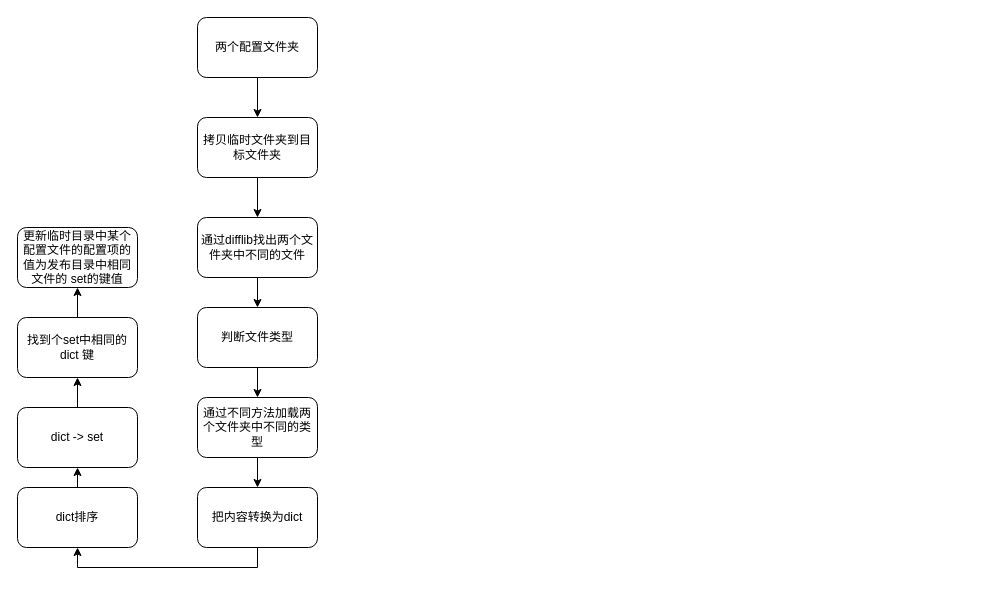
Earlier version of the draw.io diagram compare config.drawio (Chenguoqing2008/drawio). Source tidied: cells renumbered, new cells numbered last; positions are measured from the earlier drawing's top-left corner, leaving out a move shared by most shapes. Both pictures are drawn from the tidied source at 100%, with x=0, y=0 at pixel (17, 17).
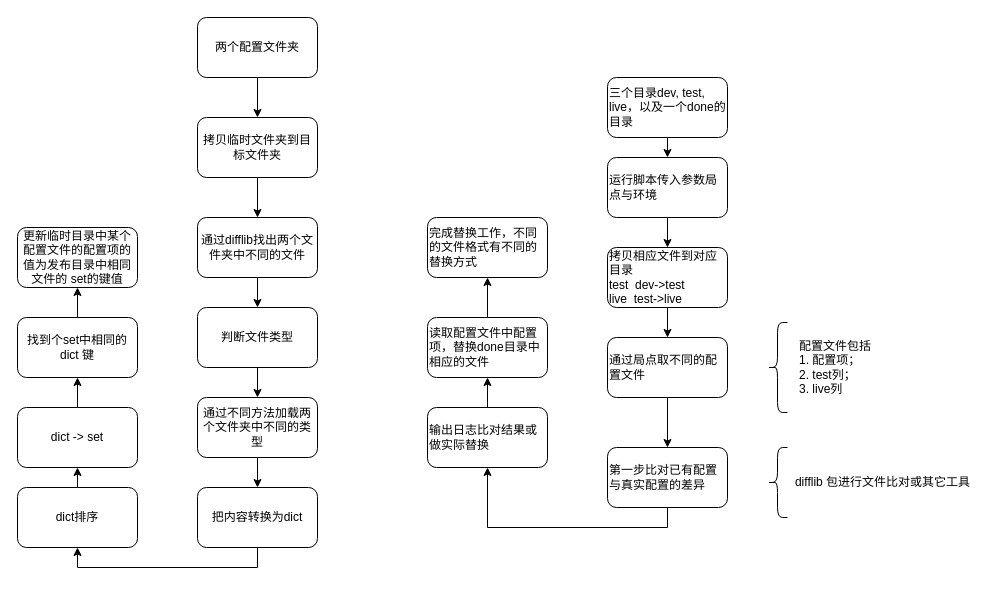
The same diagram, later.

Change to the diagram source:
```diff
@@
+    <mxCell id="21" style="edgeStyle=orthogonalEdgeStyle;rounded=0;jettySize=auto;html=1;exitX=0.5;exitY=1;exitDx=0;exitDy=0;entryX=0.5;entryY=0;entryDx=0;entryDy=0;" parent="1" edge="1" source="22" target="24">
+      <mxGeometry relative="1" as="geometry" />
+    </mxCell>
+    <mxCell id="22" value="三个目录dev, test, live，以及一个done的目录" style="rounded=1;whiteSpace=wrap;html=1;align=left;" parent="1" vertex="1">
+      <mxGeometry x="590" y="60" width="120" height="60" as="geometry" />
+    </mxCell>
+    <mxCell id="23" style="edgeStyle=orthogonalEdgeStyle;rounded=0;jettySize=auto;html=1;exitX=0.5;exitY=1;exitDx=0;exitDy=0;entryX=0.5;entryY=0;entryDx=0;entryDy=0;" parent="1" edge="1" source="24" target="26">
+      <mxGeometry relative="1" as="geometry" />
+    </mxCell>
+    <mxCell id="24" value="运行脚本传入参数局点与环境" style="rounded=1;whiteSpace=wrap;html=1;align=left;" parent="1" vertex="1">
+      <mxGeometry x="590" y="140" width="120" height="60" as="geometry" />
+    </mxCell>
+    <mxCell id="25" style="edgeStyle=orthogonalEdgeStyle;rounded=0;jettySize=auto;html=1;exitX=0.5;exitY=1;exitDx=0;exitDy=0;entryX=0.5;entryY=0;entryDx=0;entryDy=0;" parent="1" edge="1" source="26" target="28">
+      <mxGeometry relative="1" as="geometry" />
+    </mxCell>
+    <mxCell id="26" value="拷贝相应文件到对应目录&lt;br&gt;test&amp;nbsp; dev-&amp;gt;test&lt;br&gt;live&amp;nbsp; test-&amp;gt;live&lt;br&gt;" style="rounded=1;whiteSpace=wrap;html=1;align=left;" parent="1" vertex="1">
+      <mxGeometry x="590" y="230" width="120" height="60" as="geometry" />
+    </mxCell>
+    <mxCell id="27" style="edgeStyle=orthogonalEdgeStyle;rounded=0;jettySize=auto;html=1;exitX=0.5;exitY=1;exitDx=0;exitDy=0;entryX=0.5;entryY=0;entryDx=0;entryDy=0;" parent="1" edge="1" source="28" target="32">
+      <mxGeometry relative="1" as="geometry" />
+    </mxCell>
+    <mxCell id="28" value="通过局点取不同的配置文件" style="rounded=1;whiteSpace=wrap;html=1;align=left;" parent="1" vertex="1">
+      <mxGeometry x="590" y="320" width="120" height="60" as="geometry" />
+    </mxCell>
+    <mxCell id="29" style="shape=curlyBracket;whiteSpace=wrap;html=1;rounded=1;" parent="1" vertex="1">
+      <mxGeometry x="750" y="305" width="20" height="90" as="geometry" />
+    </mxCell>
+    <mxCell id="30" value="配置文件包括&lt;br&gt;1.&amp;nbsp;配置项；&lt;br&gt;2. test列；&lt;br&gt;3. live列" style="text;html=1;align=left;verticalAlign=middle;" parent="1" vertex="1">
+      <mxGeometry x="780" y="320" width="90" height="60" as="geometry" />
+    </mxCell>
+    <mxCell id="31" style="edgeStyle=orthogonalEdgeStyle;rounded=0;jettySize=auto;html=1;exitX=0.5;exitY=1;exitDx=0;exitDy=0;entryX=0.5;entryY=1;entryDx=0;entryDy=0;" parent="1" edge="1" source="32" target="34">
+      <mxGeometry relative="1" as="geometry" />
+    </mxCell>
+    <mxCell id="32" value="第一步比对已有配置与真实配置的差异" style="rounded=1;whiteSpace=wrap;html=1;align=left;" parent="1" vertex="1">
+      <mxGeometry x="590" y="430" width="120" height="60" as="geometry" />
+    </mxCell>
+    <mxCell id="33" style="edgeStyle=orthogonalEdgeStyle;rounded=0;jettySize=auto;html=1;exitX=0.5;exitY=0;exitDx=0;exitDy=0;entryX=0.5;entryY=1;entryDx=0;entryDy=0;" parent="1" edge="1" source="34" target="38">
+      <mxGeometry relative="1" as="geometry" />
+    </mxCell>
+    <mxCell id="34" value="输出日志比对结果或做实际替换" style="rounded=1;whiteSpace=wrap;html=1;align=left;" parent="1" vertex="1">
+      <mxGeometry x="410" y="390" width="120" height="60" as="geometry" />
+    </mxCell>
+    <mxCell id="35" style="shape=curlyBracket;whiteSpace=wrap;html=1;rounded=1;align=left;" parent="1" vertex="1">
+      <mxGeometry x="750" y="430" width="20" height="70" as="geometry" />
+    </mxCell>
+    <mxCell id="36" value="difflib&amp;nbsp;包进行文件比对或其它工具" style="text;html=1;align=center;verticalAlign=middle;" parent="1" vertex="1">
+      <mxGeometry x="770" y="455" width="190" height="20" as="geometry" />
+    </mxCell>
+    <mxCell id="37" style="edgeStyle=orthogonalEdgeStyle;rounded=0;jettySize=auto;html=1;exitX=0.5;exitY=0;exitDx=0;exitDy=0;entryX=0.5;entryY=1;entryDx=0;entryDy=0;" parent="1" edge="1" source="38" target="39">
+      <mxGeometry relative="1" as="geometry" />
+    </mxCell>
+    <mxCell id="38" value="读取配置文件中配置项，替换done目录中相应的文件" style="rounded=1;whiteSpace=wrap;html=1;align=left;" parent="1" vertex="1">
+      <mxGeometry x="410" y="300" width="120" height="60" as="geometry" />
+    </mxCell>
+    <mxCell id="39" value="完成替换工作，不同的文件格式有不同的替换方式" style="rounded=1;whiteSpace=wrap;html=1;align=left;" parent="1" vertex="1">
+      <mxGeometry x="410" y="200" width="120" height="60" as="geometry" />
+    </mxCell>
```
